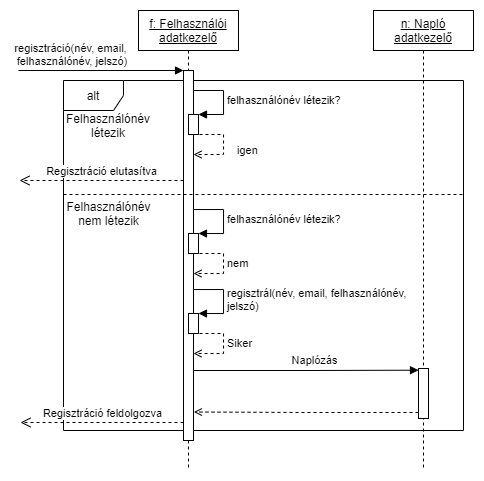
The draw.io diagram doc/img/register_seq.drawio.png in amadehegedus/cool, before a commit. Source tidied: cells renumbered, new cells last; positions are measured from the earlier drawing's top-left corner, leaving out a move shared by most shapes. Source of this version:
```xml
<mxGraphModel>
  <root>
    <mxCell id="0" />
    <mxCell id="1" parent="0" />
    <mxCell id="2" value="alt" style="shape=umlFrame;whiteSpace=wrap;html=1;" parent="1" vertex="1">
      <mxGeometry x="45" y="70" width="400" height="350" as="geometry" />
    </mxCell>
    <mxCell id="3" value="&lt;u&gt;f: Felhasználói adatkezelő&lt;/u&gt;" style="shape=umlLifeline;perimeter=lifelinePerimeter;whiteSpace=wrap;html=1;" parent="1" vertex="1">
      <mxGeometry x="120" width="100" height="460" as="geometry" />
    </mxCell>
    <mxCell id="4" style="html=1;points=[];perimeter=orthogonalPerimeter;" parent="3" vertex="1">
      <mxGeometry x="45" y="60" width="10" height="370" as="geometry" />
    </mxCell>
    <mxCell id="5" value="regisztráció(név, email,&lt;br&gt;&amp;nbsp;felhasználónév, jelszó)" style="html=1;verticalAlign=bottom;endArrow=block;entryX=0;entryY=0;rounded=0;" parent="3" edge="1" target="4">
      <mxGeometry x="-0.38" relative="1" as="geometry">
        <mxPoint x="-120" y="60" as="sourcePoint" />
      </mxGeometry>
    </mxCell>
    <mxCell id="6" style="html=1;points=[];perimeter=orthogonalPerimeter;" parent="3" vertex="1">
      <mxGeometry x="50" y="104" width="10" height="20" as="geometry" />
    </mxCell>
    <mxCell id="7" value="felhasználónév létezik?" style="edgeStyle=orthogonalEdgeStyle;html=1;align=left;spacingLeft=2;endArrow=block;rounded=0;entryX=1;entryY=0;" parent="3" edge="1" target="6">
      <mxGeometry x="0.11" relative="1" as="geometry">
        <mxPoint x="55" y="71" as="sourcePoint" />
        <Array as="points">
          <mxPoint x="55" y="80" />
          <mxPoint x="85" y="80" />
          <mxPoint x="85" y="104" />
        </Array>
      </mxGeometry>
    </mxCell>
    <mxCell id="8" value="igen" style="edgeStyle=orthogonalEdgeStyle;html=1;align=left;spacingLeft=2;endArrow=open;rounded=0;entryX=1;entryY=0.192;entryDx=0;entryDy=0;entryPerimeter=0;dashed=1;endFill=0;" parent="3" edge="1">
      <mxGeometry x="0.15" y="10" relative="1" as="geometry">
        <mxPoint x="55" y="124" as="sourcePoint" />
        <mxPoint x="55" y="144" as="targetPoint" />
        <Array as="points">
          <mxPoint x="85" y="124" />
          <mxPoint x="85" y="144" />
        </Array>
      </mxGeometry>
    </mxCell>
    <mxCell id="9" style="html=1;perimeter=orthogonalPerimeter;" parent="3" vertex="1">
      <mxGeometry x="50" y="223" width="10" height="20" as="geometry" />
    </mxCell>
    <mxCell id="10" value="nem" style="edgeStyle=orthogonalEdgeStyle;html=1;align=left;spacingLeft=2;endArrow=open;rounded=0;entryX=1;entryY=0.192;entryDx=0;entryDy=0;entryPerimeter=0;dashed=1;endFill=0;" parent="3" edge="1">
      <mxGeometry relative="1" as="geometry">
        <mxPoint x="55" y="243" as="sourcePoint" />
        <mxPoint x="55" y="263" as="targetPoint" />
        <Array as="points">
          <mxPoint x="85" y="243" />
          <mxPoint x="85" y="263" />
        </Array>
      </mxGeometry>
    </mxCell>
    <mxCell id="11" style="html=1;perimeter=orthogonalPerimeter;" parent="3" vertex="1">
      <mxGeometry x="50" y="303" width="10" height="20" as="geometry" />
    </mxCell>
    <mxCell id="12" value="Siker" style="edgeStyle=orthogonalEdgeStyle;html=1;align=left;spacingLeft=2;endArrow=open;rounded=0;entryX=1;entryY=0.192;entryDx=0;entryDy=0;entryPerimeter=0;dashed=1;endFill=0;" parent="3" edge="1">
      <mxGeometry relative="1" as="geometry">
        <mxPoint x="55" y="323" as="sourcePoint" />
        <mxPoint x="55" y="343" as="targetPoint" />
        <Array as="points">
          <mxPoint x="85" y="323" />
          <mxPoint x="85" y="343" />
        </Array>
      </mxGeometry>
    </mxCell>
    <mxCell id="13" value="regisztrál(név, email, felhasználónév,&lt;br&gt;jelszó)" style="edgeStyle=orthogonalEdgeStyle;html=1;align=left;spacingLeft=2;endArrow=block;rounded=0;entryX=1;entryY=0;" parent="3" edge="1">
      <mxGeometry x="0.11" relative="1" as="geometry">
        <mxPoint x="55" y="270" as="sourcePoint" />
        <mxPoint x="60" y="303" as="targetPoint" />
        <Array as="points">
          <mxPoint x="55" y="279" />
          <mxPoint x="85" y="279" />
          <mxPoint x="85" y="303" />
        </Array>
      </mxGeometry>
    </mxCell>
    <mxCell id="14" value="Regisztráció feldolgozva" style="html=1;verticalAlign=bottom;endArrow=open;dashed=1;endSize=8;rounded=0;" parent="1" edge="1" source="4">
      <mxGeometry relative="1" as="geometry">
        <mxPoint x="2" y="412" as="targetPoint" />
        <Array as="points">
          <mxPoint x="15" y="412" />
        </Array>
      </mxGeometry>
    </mxCell>
    <mxCell id="15" style="line;strokeWidth=1;fillColor=none;align=left;verticalAlign=middle;spacingTop=-1;spacingLeft=3;spacingRight=3;labelPosition=right;dashed=1;" parent="1" vertex="1">
      <mxGeometry x="45" y="180" width="400" height="8" as="geometry" />
    </mxCell>
    <mxCell id="16" value="Felhasználónév létezik" style="text;html=1;strokeColor=none;fillColor=none;align=center;verticalAlign=middle;whiteSpace=wrap;rounded=0;dashed=1;" parent="1" vertex="1">
      <mxGeometry x="60" y="100" width="60" height="30" as="geometry" />
    </mxCell>
    <mxCell id="17" value="&lt;u&gt;n: Napló&lt;br&gt;adatkezelő&lt;/u&gt;" style="shape=umlLifeline;perimeter=lifelinePerimeter;whiteSpace=wrap;html=1;" parent="1" vertex="1">
      <mxGeometry x="355" width="100" height="460" as="geometry" />
    </mxCell>
    <mxCell id="18" style="html=1;points=[];perimeter=orthogonalPerimeter;" parent="17" vertex="1">
      <mxGeometry x="45" y="358" width="10" height="50" as="geometry" />
    </mxCell>
    <mxCell id="19" style="endArrow=open;endFill=0;html=1;edgeStyle=orthogonalEdgeStyle;align=left;verticalAlign=top;rounded=0;entryX=1.043;entryY=0.923;entryDx=0;entryDy=0;entryPerimeter=0;dashed=1;" parent="17" edge="1" target="4">
      <mxGeometry x="-1" relative="1" as="geometry">
        <mxPoint x="45" y="408" as="sourcePoint" />
        <Array as="points">
          <mxPoint x="45" y="402" />
          <mxPoint x="-68" y="402" />
        </Array>
      </mxGeometry>
    </mxCell>
    <mxCell id="20" value="Regisztráció elutasítva" style="html=1;verticalAlign=bottom;endArrow=open;dashed=1;endSize=8;rounded=0;" parent="1" edge="1">
      <mxGeometry relative="1" as="geometry">
        <mxPoint x="165" y="170" as="sourcePoint" />
        <mxPoint x="1" y="170" as="targetPoint" />
        <Array as="points">
          <mxPoint x="15" y="170" />
        </Array>
      </mxGeometry>
    </mxCell>
    <mxCell id="21" value="felhasználónév létezik?" style="edgeStyle=orthogonalEdgeStyle;html=1;align=left;spacingLeft=2;endArrow=block;rounded=0;entryX=1;entryY=0;" parent="1" edge="1">
      <mxGeometry x="0.11" relative="1" as="geometry">
        <mxPoint x="175" y="190" as="sourcePoint" />
        <mxPoint x="180" y="223" as="targetPoint" />
        <Array as="points">
          <mxPoint x="175" y="199" />
          <mxPoint x="205" y="199" />
          <mxPoint x="205" y="223" />
        </Array>
      </mxGeometry>
    </mxCell>
    <mxCell id="22" value="Felhasználónév nem létezik" style="text;html=1;strokeColor=none;fillColor=none;align=center;verticalAlign=middle;whiteSpace=wrap;rounded=0;dashed=1;" parent="1" vertex="1">
      <mxGeometry x="58" y="188" width="65" height="30" as="geometry" />
    </mxCell>
    <mxCell id="23" style="endArrow=block;endFill=1;html=1;edgeStyle=orthogonalEdgeStyle;align=left;verticalAlign=top;rounded=0;entryX=0;entryY=0.034;entryDx=0;entryDy=0;entryPerimeter=0;" parent="1" edge="1" target="18">
      <mxGeometry x="-1" relative="1" as="geometry">
        <mxPoint x="175" y="360" as="sourcePoint" />
      </mxGeometry>
    </mxCell>
    <mxCell id="24" value="Naplózás" style="edgeLabel;html=1;align=center;verticalAlign=middle;" parent="23" vertex="1">
      <mxGeometry x="0.32" y="-1" relative="1" as="geometry">
        <mxPoint x="-28" y="-11" as="offset" />
      </mxGeometry>
    </mxCell>
  </root>
</mxGraphModel>
```
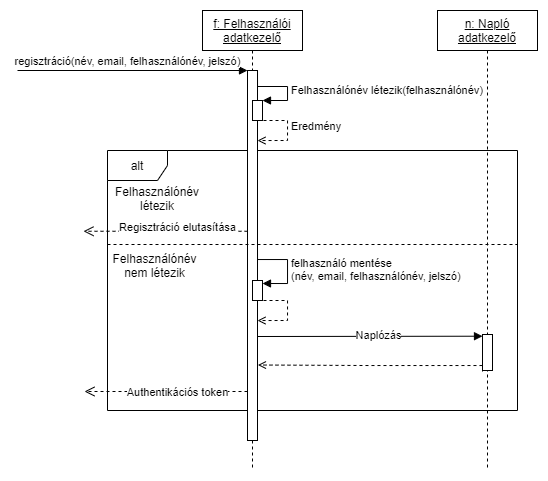
After the change.

Change to the diagram source:
```diff
@@ -3,7 +3,7 @@
     <mxCell id="0" />
     <mxCell id="1" parent="0" />
     <mxCell id="2" value="alt" style="shape=umlFrame;whiteSpace=wrap;html=1;" parent="1" vertex="1">
-      <mxGeometry x="45" y="70" width="400" height="350" as="geometry" />
+      <mxGeometry x="25" y="140" width="410" height="260" as="geometry" />
     </mxCell>
     <mxCell id="3" value="&lt;u&gt;f: Felhasználói adatkezelő&lt;/u&gt;" style="shape=umlLifeline;perimeter=lifelinePerimeter;whiteSpace=wrap;html=1;" parent="1" vertex="1">
       <mxGeometry x="120" width="100" height="460" as="geometry" />
@@ -11,131 +11,115 @@
     <mxCell id="4" style="html=1;points=[];perimeter=orthogonalPerimeter;" parent="3" vertex="1">
       <mxGeometry x="45" y="60" width="10" height="370" as="geometry" />
     </mxCell>
-    <mxCell id="5" value="regisztráció(név, email,&lt;br&gt;&amp;nbsp;felhasználónév, jelszó)" style="html=1;verticalAlign=bottom;endArrow=block;entryX=0;entryY=0;rounded=0;" parent="3" edge="1" target="4">
-      <mxGeometry x="-0.38" relative="1" as="geometry">
-        <mxPoint x="-120" y="60" as="sourcePoint" />
+    <mxCell id="5" value="regisztráció(név, email, felhasználónév, jelszó)" style="html=1;verticalAlign=bottom;endArrow=block;entryX=0;entryY=0;rounded=0;" parent="3" edge="1" target="4">
+      <mxGeometry x="-0.04" relative="1" as="geometry">
+        <mxPoint x="-185" y="60" as="sourcePoint" />
       </mxGeometry>
     </mxCell>
     <mxCell id="6" style="html=1;points=[];perimeter=orthogonalPerimeter;" parent="3" vertex="1">
-      <mxGeometry x="50" y="104" width="10" height="20" as="geometry" />
+      <mxGeometry x="50" y="90" width="10" height="20" as="geometry" />
     </mxCell>
-    <mxCell id="7" value="felhasználónév létezik?" style="edgeStyle=orthogonalEdgeStyle;html=1;align=left;spacingLeft=2;endArrow=block;rounded=0;entryX=1;entryY=0;" parent="3" edge="1" target="6">
-      <mxGeometry x="0.11" relative="1" as="geometry">
-        <mxPoint x="55" y="71" as="sourcePoint" />
+    <mxCell id="7" value="Felhasználónév létezik(felhasználónév)" style="edgeStyle=orthogonalEdgeStyle;html=1;align=left;spacingLeft=2;endArrow=block;rounded=0;entryX=1;entryY=0;" parent="3" edge="1">
+      <mxGeometry x="0.18" relative="1" as="geometry">
+        <mxPoint x="55" y="60" as="sourcePoint" />
+        <mxPoint x="60" y="90" as="targetPoint" />
         <Array as="points">
-          <mxPoint x="55" y="80" />
-          <mxPoint x="85" y="80" />
-          <mxPoint x="85" y="104" />
+          <mxPoint x="55" y="76" />
+          <mxPoint x="85" y="76" />
+          <mxPoint x="85" y="90" />
         </Array>
       </mxGeometry>
     </mxCell>
-    <mxCell id="8" value="igen" style="edgeStyle=orthogonalEdgeStyle;html=1;align=left;spacingLeft=2;endArrow=open;rounded=0;entryX=1;entryY=0.192;entryDx=0;entryDy=0;entryPerimeter=0;dashed=1;endFill=0;" parent="3" edge="1">
-      <mxGeometry x="0.15" y="10" relative="1" as="geometry">
-        <mxPoint x="55" y="124" as="sourcePoint" />
-        <mxPoint x="55" y="144" as="targetPoint" />
+    <mxCell id="8" value="Eredmény" style="edgeStyle=orthogonalEdgeStyle;html=1;align=left;spacingLeft=2;endArrow=open;rounded=0;entryX=1;entryY=0.192;entryDx=0;entryDy=0;entryPerimeter=0;dashed=1;endFill=0;" parent="3" edge="1">
+      <mxGeometry x="-0.1" relative="1" as="geometry">
+        <mxPoint x="55" y="110" as="sourcePoint" />
+        <mxPoint x="55" y="130" as="targetPoint" />
         <Array as="points">
-          <mxPoint x="85" y="124" />
-          <mxPoint x="85" y="144" />
+          <mxPoint x="85" y="110" />
+          <mxPoint x="85" y="130" />
         </Array>
       </mxGeometry>
     </mxCell>
-    <mxCell id="9" style="html=1;perimeter=orthogonalPerimeter;" parent="3" vertex="1">
-      <mxGeometry x="50" y="223" width="10" height="20" as="geometry" />
-    </mxCell>
-    <mxCell id="10" value="nem" style="edgeStyle=orthogonalEdgeStyle;html=1;align=left;spacingLeft=2;endArrow=open;rounded=0;entryX=1;entryY=0.192;entryDx=0;entryDy=0;entryPerimeter=0;dashed=1;endFill=0;" parent="3" edge="1">
-      <mxGeometry relative="1" as="geometry">
-        <mxPoint x="55" y="243" as="sourcePoint" />
-        <mxPoint x="55" y="263" as="targetPoint" />
-        <Array as="points">
-          <mxPoint x="85" y="243" />
-          <mxPoint x="85" y="263" />
-        </Array>
-      </mxGeometry>
-    </mxCell>
     <mxCell id="11" style="html=1;perimeter=orthogonalPerimeter;" parent="3" vertex="1">
-      <mxGeometry x="50" y="303" width="10" height="20" as="geometry" />
+      <mxGeometry x="50" y="270" width="10" height="20" as="geometry" />
     </mxCell>
-    <mxCell id="12" value="Siker" style="edgeStyle=orthogonalEdgeStyle;html=1;align=left;spacingLeft=2;endArrow=open;rounded=0;entryX=1;entryY=0.192;entryDx=0;entryDy=0;entryPerimeter=0;dashed=1;endFill=0;" parent="3" edge="1">
+    <mxCell id="12" style="edgeStyle=orthogonalEdgeStyle;html=1;align=left;spacingLeft=2;endArrow=open;rounded=0;entryX=1;entryY=0.192;entryDx=0;entryDy=0;entryPerimeter=0;dashed=1;endFill=0;" parent="3" edge="1">
       <mxGeometry relative="1" as="geometry">
-        <mxPoint x="55" y="323" as="sourcePoint" />
-        <mxPoint x="55" y="343" as="targetPoint" />
+        <mxPoint x="55" y="290" as="sourcePoint" />
+        <mxPoint x="55" y="310" as="targetPoint" />
         <Array as="points">
-          <mxPoint x="85" y="323" />
-          <mxPoint x="85" y="343" />
+          <mxPoint x="85" y="290" />
+          <mxPoint x="85" y="310" />
         </Array>
       </mxGeometry>
     </mxCell>
-    <mxCell id="13" value="regisztrál(név, email, felhasználónév,&lt;br&gt;jelszó)" style="edgeStyle=orthogonalEdgeStyle;html=1;align=left;spacingLeft=2;endArrow=block;rounded=0;entryX=1;entryY=0;" parent="3" edge="1">
+    <mxCell id="13" value="felhasználó mentése&lt;br&gt;(név, email, felhasználónév, jelszó)" style="edgeStyle=orthogonalEdgeStyle;html=1;align=left;spacingLeft=2;endArrow=block;rounded=0;entryX=1;entryY=0;" parent="3" edge="1">
       <mxGeometry x="0.11" relative="1" as="geometry">
-        <mxPoint x="55" y="270" as="sourcePoint" />
-        <mxPoint x="60" y="303" as="targetPoint" />
+        <mxPoint x="55" y="240" as="sourcePoint" />
+        <mxPoint x="60" y="273" as="targetPoint" />
         <Array as="points">
-          <mxPoint x="55" y="279" />
-          <mxPoint x="85" y="279" />
-          <mxPoint x="85" y="303" />
+          <mxPoint x="55" y="249" />
+          <mxPoint x="85" y="249" />
+          <mxPoint x="85" y="273" />
         </Array>
       </mxGeometry>
     </mxCell>
+    <mxCell id="20" value="Regisztráció elutasítása" style="html=1;verticalAlign=bottom;endArrow=open;dashed=1;endSize=8;rounded=0;" parent="3" edge="1">
+      <mxGeometry x="-0.15" y="5" relative="1" as="geometry">
+        <mxPoint x="45" y="220.8" as="sourcePoint" />
+        <mxPoint x="-119" y="220.8" as="targetPoint" />
+        <Array as="points">
+          <mxPoint x="-105" y="220.8" />
+        </Array>
+      </mxGeometry>
+    </mxCell>
-    <mxCell id="14" value="Regisztráció feldolgozva" style="html=1;verticalAlign=bottom;endArrow=open;dashed=1;endSize=8;rounded=0;" parent="1" edge="1" source="4">
-      <mxGeometry relative="1" as="geometry">
-        <mxPoint x="2" y="412" as="targetPoint" />
+    <mxCell id="14" value="Authentikációs token" style="html=1;verticalAlign=bottom;endArrow=open;dashed=1;endSize=8;rounded=0;" parent="1" edge="1">
+      <mxGeometry x="-0.14" y="10" relative="1" as="geometry">
+        <mxPoint x="165" y="381" as="sourcePoint" />
+        <mxPoint x="2" y="381" as="targetPoint" />
         <Array as="points">
-          <mxPoint x="15" y="412" />
+          <mxPoint x="105" y="381" />
+          <mxPoint x="15" y="381" />
         </Array>
       </mxGeometry>
     </mxCell>
     <mxCell id="15" style="line;strokeWidth=1;fillColor=none;align=left;verticalAlign=middle;spacingTop=-1;spacingLeft=3;spacingRight=3;labelPosition=right;dashed=1;" parent="1" vertex="1">
-      <mxGeometry x="45" y="180" width="400" height="8" as="geometry" />
+      <mxGeometry x="25" y="230" width="410" height="8" as="geometry" />
     </mxCell>
     <mxCell id="16" value="Felhasználónév létezik" style="text;html=1;strokeColor=none;fillColor=none;align=center;verticalAlign=middle;whiteSpace=wrap;rounded=0;dashed=1;" parent="1" vertex="1">
-      <mxGeometry x="60" y="100" width="60" height="30" as="geometry" />
+      <mxGeometry x="45" y="173" width="60" height="30" as="geometry" />
     </mxCell>
     <mxCell id="17" value="&lt;u&gt;n: Napló&lt;br&gt;adatkezelő&lt;/u&gt;" style="shape=umlLifeline;perimeter=lifelinePerimeter;whiteSpace=wrap;html=1;" parent="1" vertex="1">
       <mxGeometry x="355" width="100" height="460" as="geometry" />
     </mxCell>
     <mxCell id="18" style="html=1;points=[];perimeter=orthogonalPerimeter;" parent="17" vertex="1">
-      <mxGeometry x="45" y="358" width="10" height="50" as="geometry" />
+      <mxGeometry x="45" y="324" width="10" height="36" as="geometry" />
     </mxCell>
-    <mxCell id="19" style="endArrow=open;endFill=0;html=1;edgeStyle=orthogonalEdgeStyle;align=left;verticalAlign=top;rounded=0;entryX=1.043;entryY=0.923;entryDx=0;entryDy=0;entryPerimeter=0;dashed=1;" parent="17" edge="1" target="4">
+    <mxCell id="19" style="endArrow=open;endFill=0;html=1;edgeStyle=orthogonalEdgeStyle;align=left;verticalAlign=top;rounded=0;entryX=1.043;entryY=0.923;entryDx=0;entryDy=0;entryPerimeter=0;dashed=1;" parent="17" edge="1">
       <mxGeometry x="-1" relative="1" as="geometry">
-        <mxPoint x="45" y="408" as="sourcePoint" />
+        <mxPoint x="45" y="361" as="sourcePoint" />
+        <mxPoint x="-179.6" y="354.5" as="targetPoint" />
         <Array as="points">
-          <mxPoint x="45" y="402" />
-          <mxPoint x="-68" y="402" />
+          <mxPoint x="45" y="355" />
+          <mxPoint x="-68" y="355" />
         </Array>
       </mxGeometry>
     </mxCell>
-    <mxCell id="20" value="Regisztráció elutasítva" style="html=1;verticalAlign=bottom;endArrow=open;dashed=1;endSize=8;rounded=0;" parent="1" edge="1">
-      <mxGeometry relative="1" as="geometry">
-        <mxPoint x="165" y="170" as="sourcePoint" />
-        <mxPoint x="1" y="170" as="targetPoint" />
-        <Array as="points">
-          <mxPoint x="15" y="170" />
-        </Array>
-      </mxGeometry>
-    </mxCell>
-    <mxCell id="21" value="felhasználónév létezik?" style="edgeStyle=orthogonalEdgeStyle;html=1;align=left;spacingLeft=2;endArrow=block;rounded=0;entryX=1;entryY=0;" parent="1" edge="1">
-      <mxGeometry x="0.11" relative="1" as="geometry">
-        <mxPoint x="175" y="190" as="sourcePoint" />
-        <mxPoint x="180" y="223" as="targetPoint" />
-        <Array as="points">
-          <mxPoint x="175" y="199" />
-          <mxPoint x="205" y="199" />
-          <mxPoint x="205" y="223" />
-        </Array>
-      </mxGeometry>
-    </mxCell>
     <mxCell id="22" value="Felhasználónév nem létezik" style="text;html=1;strokeColor=none;fillColor=none;align=center;verticalAlign=middle;whiteSpace=wrap;rounded=0;dashed=1;" parent="1" vertex="1">
-      <mxGeometry x="58" y="188" width="65" height="30" as="geometry" />
+      <mxGeometry x="40" y="240" width="65" height="30" as="geometry" />
     </mxCell>
-    <mxCell id="23" style="endArrow=block;endFill=1;html=1;edgeStyle=orthogonalEdgeStyle;align=left;verticalAlign=top;rounded=0;entryX=0;entryY=0.034;entryDx=0;entryDy=0;entryPerimeter=0;" parent="1" edge="1" target="18">
+    <mxCell id="23" style="endArrow=block;endFill=1;html=1;edgeStyle=orthogonalEdgeStyle;align=left;verticalAlign=top;rounded=0;entryX=0;entryY=0.034;entryDx=0;entryDy=0;entryPerimeter=0;" parent="1" edge="1">
       <mxGeometry x="-1" relative="1" as="geometry">
-        <mxPoint x="175" y="360" as="sourcePoint" />
+        <mxPoint x="175" y="326" as="sourcePoint" />
+        <mxPoint x="400" y="325.7" as="targetPoint" />
+        <Array as="points">
+          <mxPoint x="400" y="326" />
+        </Array>
       </mxGeometry>
     </mxCell>
     <mxCell id="24" value="Naplózás" style="edgeLabel;html=1;align=center;verticalAlign=middle;" parent="23" vertex="1">
       <mxGeometry x="0.32" y="-1" relative="1" as="geometry">
-        <mxPoint x="-28" y="-11" as="offset" />
+        <mxPoint x="-28" y="-2" as="offset" />
       </mxGeometry>
     </mxCell>
   </root>
```
